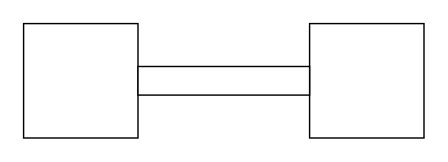
Before: demos/swd21/pipes-and-filters/simplePipeline.drawio in LivelyKernel/lively4-core, a draw.io diagram. Source tidied: cells renumbered, new cells numbered last; positions are measured from the earlier drawing's top-left corner, leaving out a move shared by most shapes. Both pictures are drawn from the tidied source at 143%, with x=0, y=0 at pixel (23, 23).
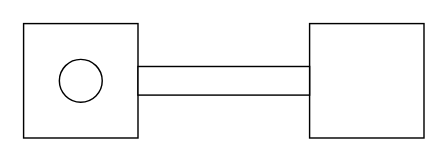
After the change.

The edit, as a diff of the source:
```diff
@@
 <mxGraphModel background="#ffffff">
   <root>
     <mxCell id="0" />
     <mxCell id="1" parent="0" />
     <mxCell id="2" style="whiteSpace=wrap;html=1;" parent="1" vertex="1">
       <mxGeometry width="80" height="80" as="geometry" />
     </mxCell>
     <mxCell id="3" style="whiteSpace=wrap;html=1;" parent="1" vertex="1">
       <mxGeometry x="200" width="80" height="80" as="geometry" />
     </mxCell>
     <mxCell id="4" style="rounded=0;whiteSpace=wrap;html=1;" parent="1" vertex="1">
       <mxGeometry x="80" y="30" width="120" height="20" as="geometry" />
     </mxCell>
+    <mxCell id="5" style="ellipse;whiteSpace=wrap;html=1;" parent="1" vertex="1">
+      <mxGeometry x="25" y="25" width="30" height="30" as="geometry" />
+    </mxCell>
   </root>
 </mxGraphModel>
```
